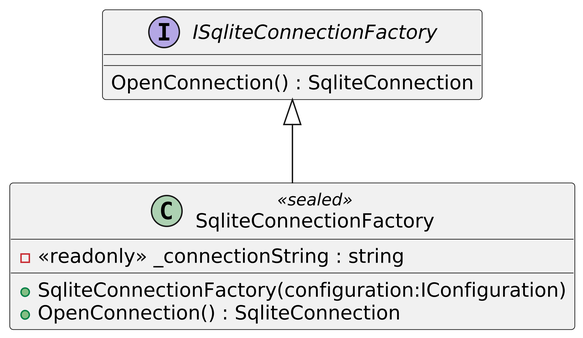
Above: uml/WikiGraph.Api/Infrastructure/Persistence/SqliteConnectionFactory.png in Tirth-Thakkar/WikiGraph (PlantUML), before the change.
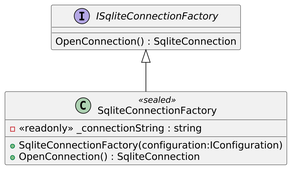
The same diagram one commit later.

Change to the diagram source:
```diff
@@ -1,5 +1,5 @@
 @startuml
-skinparamlocked dpi 500
+skinparamlocked dpi 250
 interface ISqliteConnectionFactory {
     OpenConnection() : SqliteConnection
 }
```
